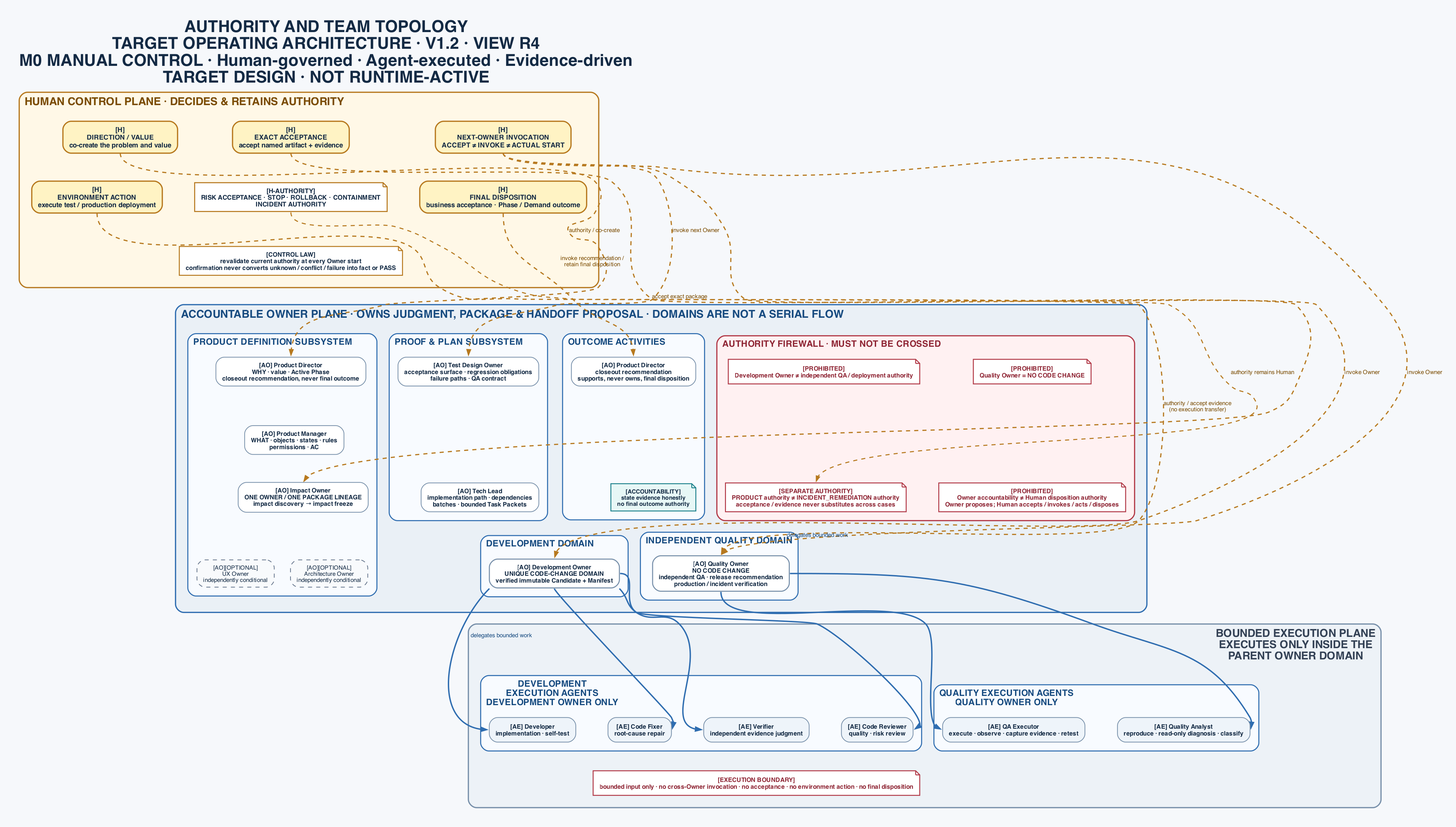
This is docs/superpowers/specs/assets/2026-07-30--one-human-agent-team-operating-architecture-v1.2/authority-and-team-topology.png from jieli-cqwl/org-claude-skills, a Graphviz export, as it was before one commit. Its source is kept beside it as docs/superpowers/specs/assets/2026-07-30--one-human-agent-team-operating-architecture-v1.2/authority-and-team-topology.dot.
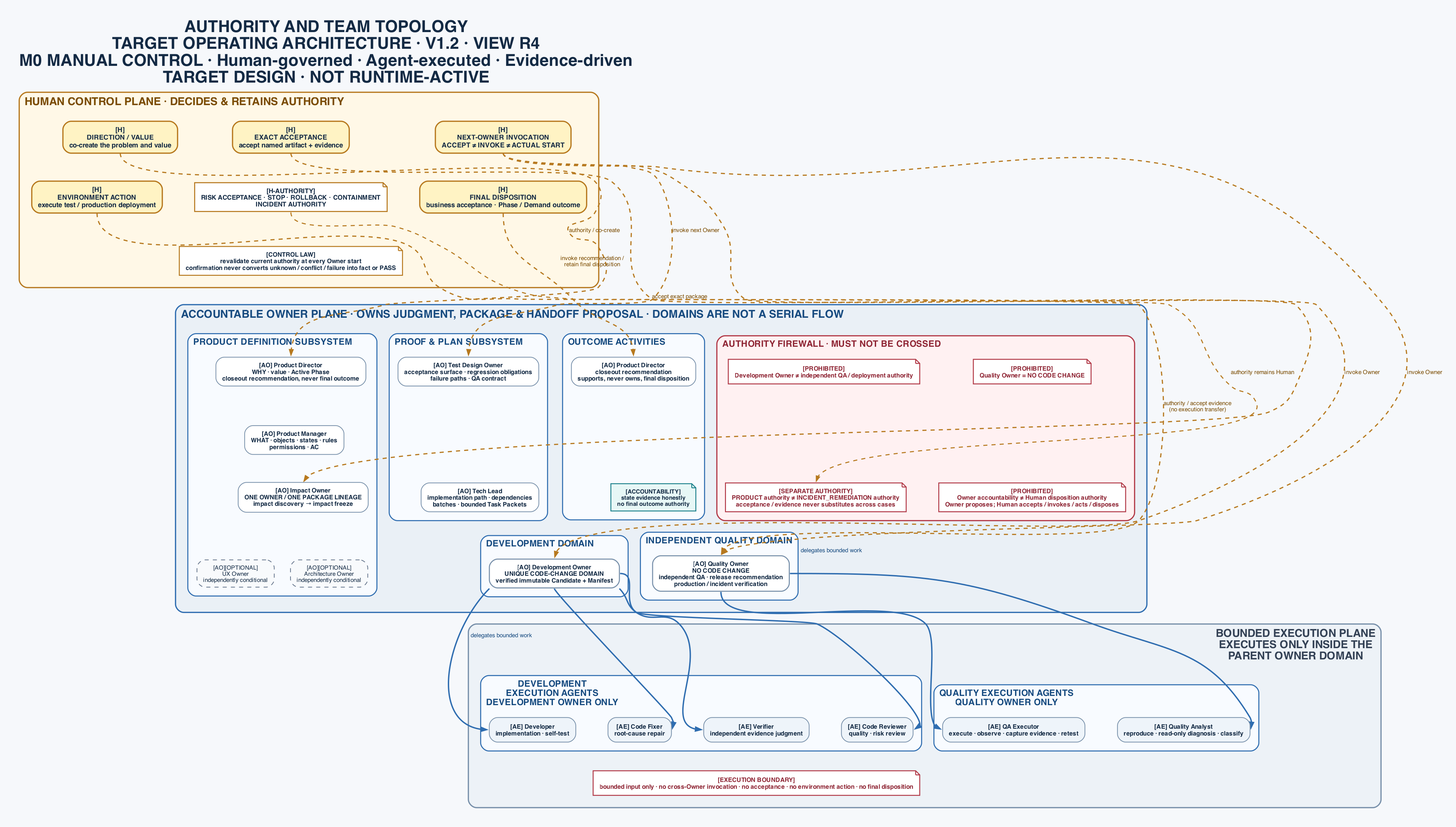
The same diagram one commit later.

What changed in the source:
```diff
@@ -818,7 +818,7 @@
   quality_owner -> quality_analyst [
     taillabel="delegates bounded work",
     labeldistance=7.0,
-    labelangle=55,
+    labelangle=30,
     color="#2F6DB0",
     fontcolor="#174B80",
     penwidth=2.0,
```
